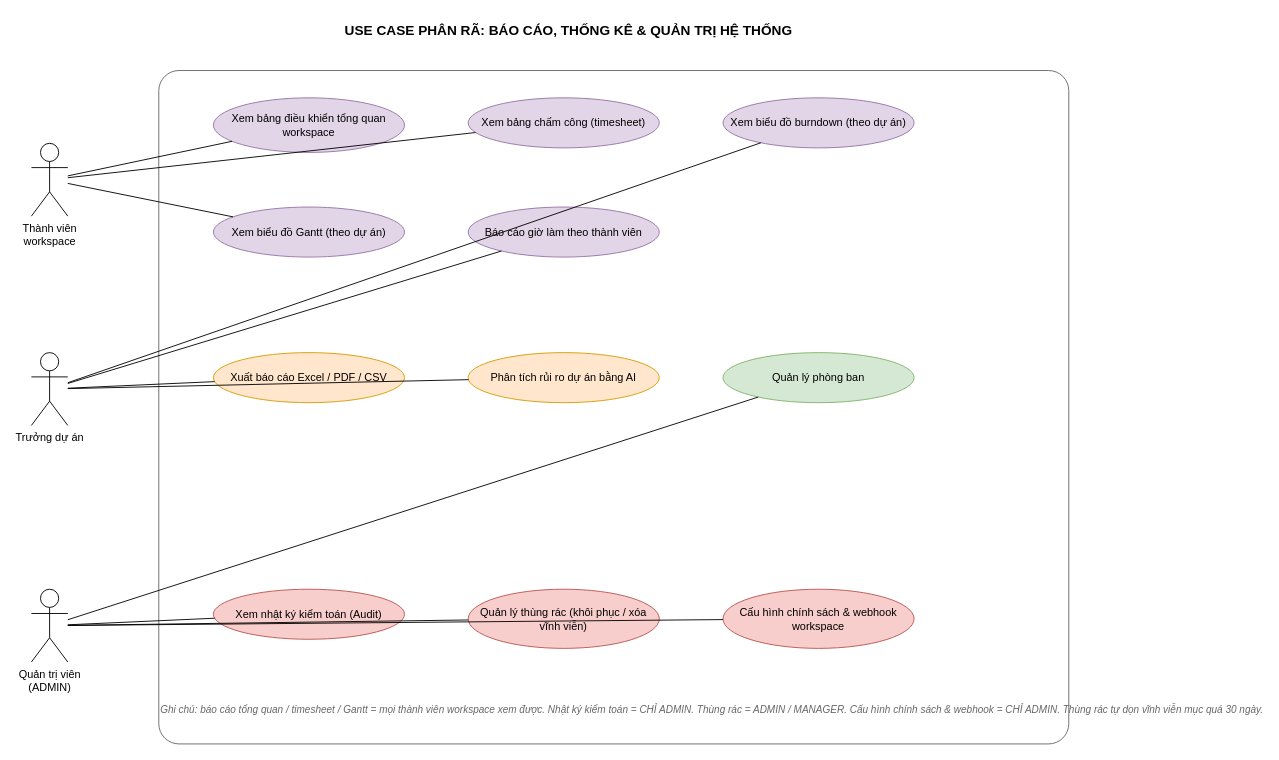
The draw.io diagram page "PR6 - Bao cao & Quan tri" (6 of 7) of docs/diagrams/5_usecase_detail.drawio in HuuwxLoiwf/TTTN, before the edit. Source tidied: cells renumbered, new cells numbered last; positions are measured from the earlier drawing's top-left corner, leaving out a move shared by most shapes. Both pictures are drawn from the tidied source at 91%, with x=0, y=0 at pixel (31, 15).
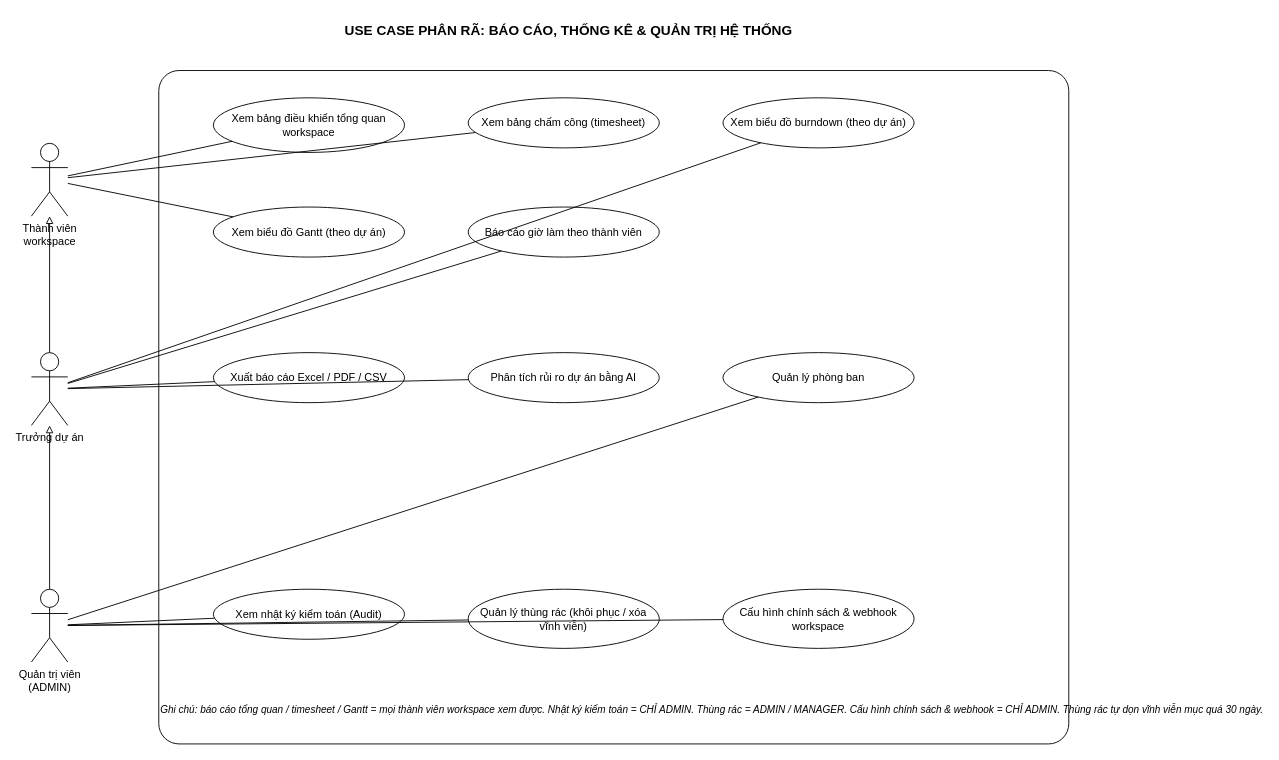
The same page after the edit.

Unchanged cells that the change refers to:
```xml
<mxCell id="3" value="Thành viên&#10;workspace" style="shape=umlActor;verticalLabelPosition=bottom;verticalAlign=top;html=1;" parent="1" vertex="1">
  <mxGeometry y="140" width="40" height="80" as="geometry" />
</mxCell>
<mxCell id="4" value="Trưởng dự án" style="shape=umlActor;verticalLabelPosition=bottom;verticalAlign=top;html=1;" parent="1" vertex="1">
  <mxGeometry y="370" width="40" height="80" as="geometry" />
</mxCell>
<mxCell id="5" value="Quản trị viên&#10;(ADMIN)" style="shape=umlActor;verticalLabelPosition=bottom;verticalAlign=top;html=1;" parent="1" vertex="1">
  <mxGeometry y="630" width="40" height="80" as="geometry" />
</mxCell>
```

Diff of the diagram source:
```diff
@@
-    <mxCell id="6" style="rounded=1;whiteSpace=wrap;html=1;arcSize=3;fillColor=none;strokeColor=#666666;" parent="1" vertex="1">
+    <mxCell id="6" style="rounded=1;whiteSpace=wrap;html=1;arcSize=3;fillColor=none;strokeColor=#000000;" parent="1" vertex="1">
       <mxGeometry x="140" y="60" width="1000" height="740" as="geometry" />
     </mxCell>
-    <mxCell id="7" value="Xem bảng điều khiển tổng quan workspace" style="ellipse;whiteSpace=wrap;html=1;fillColor=#e1d5e7;strokeColor=#9673a6;" parent="1" vertex="1">
+    <mxCell id="7" value="Xem bảng điều khiển tổng quan workspace" style="ellipse;whiteSpace=wrap;html=1;fillColor=#ffffff;strokeColor=#000000;" parent="1" vertex="1">
       <mxGeometry x="200" y="90" width="210" height="60" as="geometry" />
     </mxCell>
-    <mxCell id="8" value="Xem bảng chấm công (timesheet)" style="ellipse;whiteSpace=wrap;html=1;fillColor=#e1d5e7;strokeColor=#9673a6;" parent="1" vertex="1">
+    <mxCell id="8" value="Xem bảng chấm công (timesheet)" style="ellipse;whiteSpace=wrap;html=1;fillColor=#ffffff;strokeColor=#000000;" parent="1" vertex="1">
       <mxGeometry x="480" y="90" width="210" height="55" as="geometry" />
     </mxCell>
-    <mxCell id="9" value="Xem biểu đồ burndown (theo dự án)" style="ellipse;whiteSpace=wrap;html=1;fillColor=#e1d5e7;strokeColor=#9673a6;" parent="1" vertex="1">
+    <mxCell id="9" value="Xem biểu đồ burndown (theo dự án)" style="ellipse;whiteSpace=wrap;html=1;fillColor=#ffffff;strokeColor=#000000;" parent="1" vertex="1">
       <mxGeometry x="760" y="90" width="210" height="55" as="geometry" />
     </mxCell>
-    <mxCell id="10" value="Xem biểu đồ Gantt (theo dự án)" style="ellipse;whiteSpace=wrap;html=1;fillColor=#e1d5e7;strokeColor=#9673a6;" parent="1" vertex="1">
+    <mxCell id="10" value="Xem biểu đồ Gantt (theo dự án)" style="ellipse;whiteSpace=wrap;html=1;fillColor=#ffffff;strokeColor=#000000;" parent="1" vertex="1">
       <mxGeometry x="200" y="210" width="210" height="55" as="geometry" />
     </mxCell>
-    <mxCell id="11" value="Báo cáo giờ làm theo thành viên" style="ellipse;whiteSpace=wrap;html=1;fillColor=#e1d5e7;strokeColor=#9673a6;" parent="1" vertex="1">
+    <mxCell id="11" value="Báo cáo giờ làm theo thành viên" style="ellipse;whiteSpace=wrap;html=1;fillColor=#ffffff;strokeColor=#000000;" parent="1" vertex="1">
       <mxGeometry x="480" y="210" width="210" height="55" as="geometry" />
     </mxCell>
-    <mxCell id="12" value="Xuất báo cáo Excel / PDF / CSV" style="ellipse;whiteSpace=wrap;html=1;fillColor=#ffe6cc;strokeColor=#d79b00;" parent="1" vertex="1">
+    <mxCell id="12" value="Xuất báo cáo Excel / PDF / CSV" style="ellipse;whiteSpace=wrap;html=1;fillColor=#ffffff;strokeColor=#000000;" parent="1" vertex="1">
       <mxGeometry x="200" y="370" width="210" height="55" as="geometry" />
     </mxCell>
-    <mxCell id="13" value="Phân tích rủi ro dự án bằng AI" style="ellipse;whiteSpace=wrap;html=1;fillColor=#ffe6cc;strokeColor=#d79b00;" parent="1" vertex="1">
+    <mxCell id="13" value="Phân tích rủi ro dự án bằng AI" style="ellipse;whiteSpace=wrap;html=1;fillColor=#ffffff;strokeColor=#000000;" parent="1" vertex="1">
       <mxGeometry x="480" y="370" width="210" height="55" as="geometry" />
     </mxCell>
-    <mxCell id="14" value="Xem nhật ký kiểm toán (Audit)" style="ellipse;whiteSpace=wrap;html=1;fillColor=#f8cecc;strokeColor=#b85450;" parent="1" vertex="1">
+    <mxCell id="14" value="Xem nhật ký kiểm toán (Audit)" style="ellipse;whiteSpace=wrap;html=1;fillColor=#ffffff;strokeColor=#000000;" parent="1" vertex="1">
       <mxGeometry x="200" y="630" width="210" height="55" as="geometry" />
     </mxCell>
-    <mxCell id="15" value="Quản lý thùng rác (khôi phục / xóa vĩnh viễn)" style="ellipse;whiteSpace=wrap;html=1;fillColor=#f8cecc;strokeColor=#b85450;" parent="1" vertex="1">
+    <mxCell id="15" value="Quản lý thùng rác (khôi phục / xóa vĩnh viễn)" style="ellipse;whiteSpace=wrap;html=1;fillColor=#ffffff;strokeColor=#000000;" parent="1" vertex="1">
       <mxGeometry x="480" y="630" width="210" height="65" as="geometry" />
     </mxCell>
-    <mxCell id="16" value="Cấu hình chính sách &amp; webhook workspace" style="ellipse;whiteSpace=wrap;html=1;fillColor=#f8cecc;strokeColor=#b85450;" parent="1" vertex="1">
+    <mxCell id="16" value="Cấu hình chính sách &amp; webhook workspace" style="ellipse;whiteSpace=wrap;html=1;fillColor=#ffffff;strokeColor=#000000;" parent="1" vertex="1">
       <mxGeometry x="760" y="630" width="210" height="65" as="geometry" />
     </mxCell>
-    <mxCell id="17" value="Quản lý phòng ban" style="ellipse;whiteSpace=wrap;html=1;fillColor=#d5e8d4;strokeColor=#82b366;" parent="1" vertex="1">
+    <mxCell id="17" value="Quản lý phòng ban" style="ellipse;whiteSpace=wrap;html=1;fillColor=#ffffff;strokeColor=#000000;" parent="1" vertex="1">
       <mxGeometry x="760" y="370" width="210" height="55" as="geometry" />
     </mxCell>
@@
-    <mxCell id="29" value="Ghi chú: báo cáo tổng quan / timesheet / Gantt = mọi thành viên workspace xem được. Nhật ký kiểm toán = CHỈ ADMIN. Thùng rác = ADMIN / MANAGER. Cấu hình chính sách &amp; webhook = CHỈ ADMIN. Thùng rác tự dọn vĩnh viễn mục quá 30 ngày." style="text;html=1;align=left;verticalAlign=top;fontColor=#666666;fontSize=11;fontStyle=2;" parent="1" vertex="1">
+    <mxCell id="29" value="Ghi chú: báo cáo tổng quan / timesheet / Gantt = mọi thành viên workspace xem được. Nhật ký kiểm toán = CHỈ ADMIN. Thùng rác = ADMIN / MANAGER. Cấu hình chính sách &amp; webhook = CHỈ ADMIN. Thùng rác tự dọn vĩnh viễn mục quá 30 ngày." style="text;html=1;align=left;verticalAlign=top;fontColor=#000000;fontSize=11;fontStyle=2;" parent="1" vertex="1">
       <mxGeometry x="140" y="750" width="1000" height="45" as="geometry" />
     </mxCell>
+    <mxCell id="30" style="endArrow=block;endFill=0;html=1;startArrow=none;" parent="1" edge="1" source="4" target="3">
+      <mxGeometry relative="1" as="geometry" />
+    </mxCell>
+    <mxCell id="31" style="endArrow=block;endFill=0;html=1;startArrow=none;" parent="1" edge="1" source="5" target="4">
+      <mxGeometry relative="1" as="geometry" />
+    </mxCell>
```
